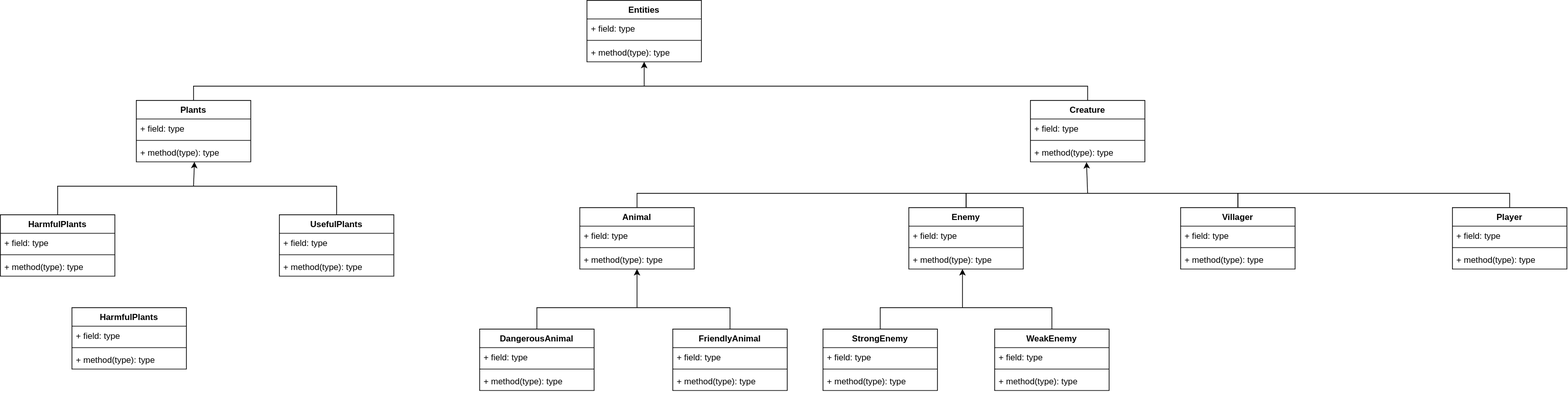
Before: objects.drawio.svg, a diagram exported from draw.io (reinerjess17-crypto/2D-Adventure-Game-Project). Source tidied: cells renumbered, new cells last; positions are measured from the earlier drawing's top-left corner, leaving out a move shared by most shapes.
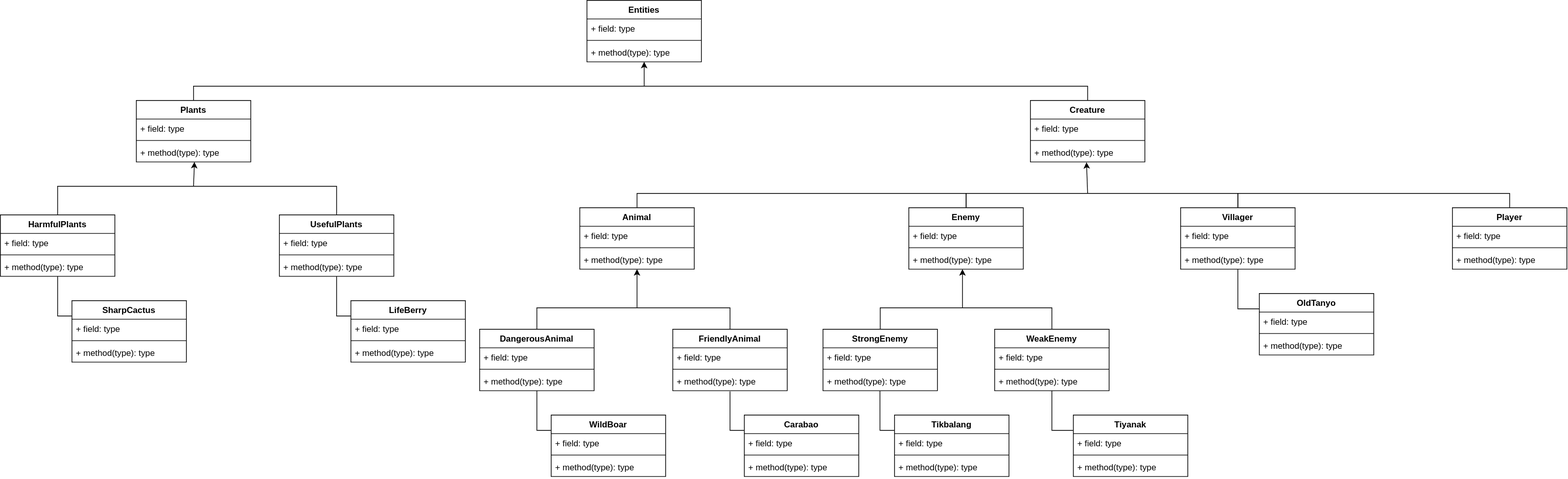
Later version of the same file.

Commit message:
UML class diagram for entities

What changed in the source:
```diff
@@ -119,6 +119,9 @@
         </Array>
       </mxGeometry>
     </mxCell>
+    <mxCell id="70" style="edgeStyle=orthogonalEdgeStyle;html=1;exitX=0.5;exitY=1;exitDx=0;exitDy=0;entryX=0;entryY=0.25;entryDx=0;entryDy=0;endArrow=none;endFill=0;rounded=0;curved=0;" parent="1" edge="1" source="37" target="64">
+      <mxGeometry relative="1" as="geometry" />
+    </mxCell>
     <mxCell id="37" value="HarmfulPlants" style="swimlane;fontStyle=1;align=center;verticalAlign=top;horizontal=1;startSize=26;whiteSpace=wrap;html=1;" parent="1" vertex="1">
       <mxGeometry y="300" width="160" height="86" as="geometry" />
     </mxCell>
@@ -227,8 +230,8 @@
         <mxPoint x="890" y="430" as="sourcePoint" />
       </mxGeometry>
     </mxCell>
-    <mxCell id="64" value="HarmfulPlants" style="swimlane;fontStyle=1;align=center;verticalAlign=top;horizontal=1;startSize=26;whiteSpace=wrap;html=1;" parent="1" vertex="1">
-      <mxGeometry x="100" y="430" width="160" height="86" as="geometry" />
+    <mxCell id="64" value="SharpCactus" style="swimlane;fontStyle=1;align=center;verticalAlign=top;horizontal=1;startSize=26;whiteSpace=wrap;html=1;" parent="1" vertex="1">
+      <mxGeometry x="100" y="420" width="160" height="86" as="geometry" />
     </mxCell>
     <mxCell id="65" value="+ field: type" style="text;strokeColor=none;fillColor=none;align=left;verticalAlign=top;spacingLeft=4;spacingRight=4;overflow=hidden;whiteSpace=wrap;html=1;" parent="64" vertex="1">
       <mxGeometry y="26" width="160" height="26" as="geometry" />
@@ -254,5 +257,99 @@
         <mxPoint x="1345" y="376" as="targetPoint" />
       </mxGeometry>
     </mxCell>
+    <mxCell id="71" value="LifeBerry" style="swimlane;fontStyle=1;align=center;verticalAlign=top;horizontal=1;startSize=26;whiteSpace=wrap;html=1;" parent="1" vertex="1">
+      <mxGeometry x="490" y="420" width="160" height="86" as="geometry" />
+    </mxCell>
+    <mxCell id="72" value="+ field: type" style="text;strokeColor=none;fillColor=none;align=left;verticalAlign=top;spacingLeft=4;spacingRight=4;overflow=hidden;whiteSpace=wrap;html=1;" parent="71" vertex="1">
+      <mxGeometry y="26" width="160" height="26" as="geometry" />
+    </mxCell>
+    <mxCell id="73" style="line;strokeWidth=1;fillColor=none;align=left;verticalAlign=middle;spacingTop=-1;spacingLeft=3;spacingRight=3;labelPosition=right;strokeColor=inherit;" parent="71" vertex="1">
+      <mxGeometry y="52" width="160" height="8" as="geometry" />
+    </mxCell>
+    <mxCell id="74" value="+ method(type): type" style="text;strokeColor=none;fillColor=none;align=left;verticalAlign=top;spacingLeft=4;spacingRight=4;overflow=hidden;whiteSpace=wrap;html=1;" parent="71" vertex="1">
+      <mxGeometry y="60" width="160" height="26" as="geometry" />
+    </mxCell>
+    <mxCell id="75" value="WildBoar" style="swimlane;fontStyle=1;align=center;verticalAlign=top;horizontal=1;startSize=26;whiteSpace=wrap;html=1;" parent="1" vertex="1">
+      <mxGeometry x="770" y="580" width="160" height="86" as="geometry" />
+    </mxCell>
+    <mxCell id="76" value="+ field: type" style="text;strokeColor=none;fillColor=none;align=left;verticalAlign=top;spacingLeft=4;spacingRight=4;overflow=hidden;whiteSpace=wrap;html=1;" parent="75" vertex="1">
+      <mxGeometry y="26" width="160" height="26" as="geometry" />
+    </mxCell>
+    <mxCell id="77" style="line;strokeWidth=1;fillColor=none;align=left;verticalAlign=middle;spacingTop=-1;spacingLeft=3;spacingRight=3;labelPosition=right;strokeColor=inherit;" parent="75" vertex="1">
+      <mxGeometry y="52" width="160" height="8" as="geometry" />
+    </mxCell>
+    <mxCell id="78" value="+ method(type): type" style="text;strokeColor=none;fillColor=none;align=left;verticalAlign=top;spacingLeft=4;spacingRight=4;overflow=hidden;whiteSpace=wrap;html=1;" parent="75" vertex="1">
+      <mxGeometry y="60" width="160" height="26" as="geometry" />
+    </mxCell>
+    <mxCell id="79" value="Carabao" style="swimlane;fontStyle=1;align=center;verticalAlign=top;horizontal=1;startSize=26;whiteSpace=wrap;html=1;" parent="1" vertex="1">
+      <mxGeometry x="1040" y="580" width="160" height="86" as="geometry" />
+    </mxCell>
+    <mxCell id="80" value="+ field: type" style="text;strokeColor=none;fillColor=none;align=left;verticalAlign=top;spacingLeft=4;spacingRight=4;overflow=hidden;whiteSpace=wrap;html=1;" parent="79" vertex="1">
+      <mxGeometry y="26" width="160" height="26" as="geometry" />
+    </mxCell>
+    <mxCell id="81" style="line;strokeWidth=1;fillColor=none;align=left;verticalAlign=middle;spacingTop=-1;spacingLeft=3;spacingRight=3;labelPosition=right;strokeColor=inherit;" parent="79" vertex="1">
+      <mxGeometry y="52" width="160" height="8" as="geometry" />
+    </mxCell>
+    <mxCell id="82" value="+ method(type): type" style="text;strokeColor=none;fillColor=none;align=left;verticalAlign=top;spacingLeft=4;spacingRight=4;overflow=hidden;whiteSpace=wrap;html=1;" parent="79" vertex="1">
+      <mxGeometry y="60" width="160" height="26" as="geometry" />
+    </mxCell>
+    <mxCell id="83" value="Tikbalang" style="swimlane;fontStyle=1;align=center;verticalAlign=top;horizontal=1;startSize=26;whiteSpace=wrap;html=1;" parent="1" vertex="1">
+      <mxGeometry x="1250" y="580" width="160" height="86" as="geometry" />
+    </mxCell>
+    <mxCell id="84" value="+ field: type" style="text;strokeColor=none;fillColor=none;align=left;verticalAlign=top;spacingLeft=4;spacingRight=4;overflow=hidden;whiteSpace=wrap;html=1;" parent="83" vertex="1">
+      <mxGeometry y="26" width="160" height="26" as="geometry" />
+    </mxCell>
+    <mxCell id="85" style="line;strokeWidth=1;fillColor=none;align=left;verticalAlign=middle;spacingTop=-1;spacingLeft=3;spacingRight=3;labelPosition=right;strokeColor=inherit;" parent="83" vertex="1">
+      <mxGeometry y="52" width="160" height="8" as="geometry" />
+    </mxCell>
+    <mxCell id="86" value="+ method(type): type" style="text;strokeColor=none;fillColor=none;align=left;verticalAlign=top;spacingLeft=4;spacingRight=4;overflow=hidden;whiteSpace=wrap;html=1;" parent="83" vertex="1">
+      <mxGeometry y="60" width="160" height="26" as="geometry" />
+    </mxCell>
+    <mxCell id="87" value="Tiyanak" style="swimlane;fontStyle=1;align=center;verticalAlign=top;horizontal=1;startSize=26;whiteSpace=wrap;html=1;" parent="1" vertex="1">
+      <mxGeometry x="1500" y="580" width="160" height="86" as="geometry" />
+    </mxCell>
+    <mxCell id="88" value="+ field: type" style="text;strokeColor=none;fillColor=none;align=left;verticalAlign=top;spacingLeft=4;spacingRight=4;overflow=hidden;whiteSpace=wrap;html=1;" parent="87" vertex="1">
+      <mxGeometry y="26" width="160" height="26" as="geometry" />
+    </mxCell>
+    <mxCell id="89" style="line;strokeWidth=1;fillColor=none;align=left;verticalAlign=middle;spacingTop=-1;spacingLeft=3;spacingRight=3;labelPosition=right;strokeColor=inherit;" parent="87" vertex="1">
+      <mxGeometry y="52" width="160" height="8" as="geometry" />
+    </mxCell>
+    <mxCell id="90" value="+ method(type): type" style="text;strokeColor=none;fillColor=none;align=left;verticalAlign=top;spacingLeft=4;spacingRight=4;overflow=hidden;whiteSpace=wrap;html=1;" parent="87" vertex="1">
+      <mxGeometry y="60" width="160" height="26" as="geometry" />
+    </mxCell>
+    <mxCell id="91" value="OldTanyo" style="swimlane;fontStyle=1;align=center;verticalAlign=top;horizontal=1;startSize=26;whiteSpace=wrap;html=1;" parent="1" vertex="1">
+      <mxGeometry x="1760" y="410" width="160" height="86" as="geometry" />
+    </mxCell>
+    <mxCell id="92" value="+ field: type" style="text;strokeColor=none;fillColor=none;align=left;verticalAlign=top;spacingLeft=4;spacingRight=4;overflow=hidden;whiteSpace=wrap;html=1;" parent="91" vertex="1">
+      <mxGeometry y="26" width="160" height="26" as="geometry" />
+    </mxCell>
+    <mxCell id="93" style="line;strokeWidth=1;fillColor=none;align=left;verticalAlign=middle;spacingTop=-1;spacingLeft=3;spacingRight=3;labelPosition=right;strokeColor=inherit;" parent="91" vertex="1">
+      <mxGeometry y="52" width="160" height="8" as="geometry" />
+    </mxCell>
+    <mxCell id="94" value="+ method(type): type" style="text;strokeColor=none;fillColor=none;align=left;verticalAlign=top;spacingLeft=4;spacingRight=4;overflow=hidden;whiteSpace=wrap;html=1;" parent="91" vertex="1">
+      <mxGeometry y="60" width="160" height="26" as="geometry" />
+    </mxCell>
+    <mxCell id="95" style="edgeStyle=orthogonalEdgeStyle;html=1;exitX=0.5;exitY=1;exitDx=0;exitDy=0;entryX=0;entryY=0.25;entryDx=0;entryDy=0;endArrow=none;endFill=0;rounded=0;curved=0;" parent="1" edge="1" source="7" target="71">
+      <mxGeometry x="0.06" relative="1" as="geometry" />
+    </mxCell>
+    <mxCell id="96" style="edgeStyle=orthogonalEdgeStyle;html=1;exitX=0.5;exitY=1;exitDx=0;exitDy=0;entryX=0;entryY=0.25;entryDx=0;entryDy=0;endArrow=none;endFill=0;rounded=0;curved=0;" parent="1" edge="1" source="56" target="75">
+      <mxGeometry x="0.06" relative="1" as="geometry" />
+    </mxCell>
+    <mxCell id="97" style="edgeStyle=orthogonalEdgeStyle;html=1;exitX=0.5;exitY=1.038;exitDx=0;exitDy=0;entryX=0;entryY=0.25;entryDx=0;entryDy=0;endArrow=none;endFill=0;rounded=0;curved=0;exitPerimeter=0;" parent="1" edge="1" source="44" target="79">
+      <mxGeometry x="0.06" relative="1" as="geometry" />
+    </mxCell>
+    <mxCell id="98" style="edgeStyle=orthogonalEdgeStyle;html=1;exitX=0.498;exitY=1.011;exitDx=0;exitDy=0;entryX=0;entryY=0.25;entryDx=0;entryDy=0;endArrow=none;endFill=0;rounded=0;curved=0;exitPerimeter=0;" parent="1" edge="1" source="48" target="83">
+      <mxGeometry x="-0.13" relative="1" as="geometry">
+        <Array as="points">
+          <mxPoint x="1229.7" y="601.5" />
+        </Array>
+      </mxGeometry>
+    </mxCell>
+    <mxCell id="99" style="edgeStyle=orthogonalEdgeStyle;html=1;endArrow=none;endFill=0;rounded=0;curved=0;exitX=0.5;exitY=1;exitDx=0;exitDy=0;entryX=0;entryY=0.25;entryDx=0;entryDy=0;" parent="1" edge="1" source="23" target="87">
+      <mxGeometry x="0.19" relative="1" as="geometry" />
+    </mxCell>
+    <mxCell id="100" style="edgeStyle=orthogonalEdgeStyle;html=1;endArrow=none;endFill=0;rounded=0;curved=0;exitX=0.5;exitY=1;exitDx=0;exitDy=0;entryX=0;entryY=0.25;entryDx=0;entryDy=0;" parent="1" edge="1" source="19" target="91">
+      <mxGeometry x="0.86" relative="1" as="geometry" />
+    </mxCell>
   </root>
 </mxGraphModel>
```
